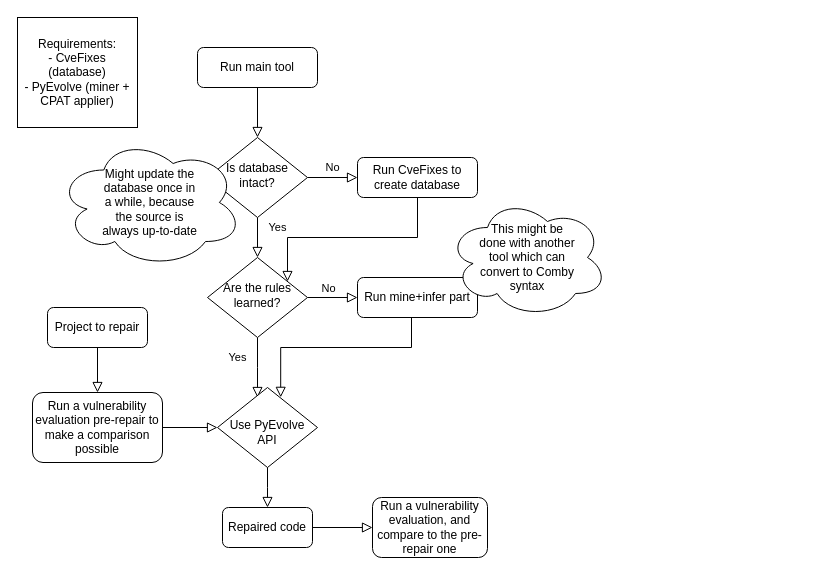
Above: docs/workflow.drawio in galj03/VulPyEvolve (draw.io), before the change. Source tidied: cells renumbered, new cells numbered last; positions are measured from the earlier drawing's top-left corner, leaving out a move shared by most shapes. Both pictures are drawn from the tidied source at 100%, with x=0, y=0 at pixel (17, 17).
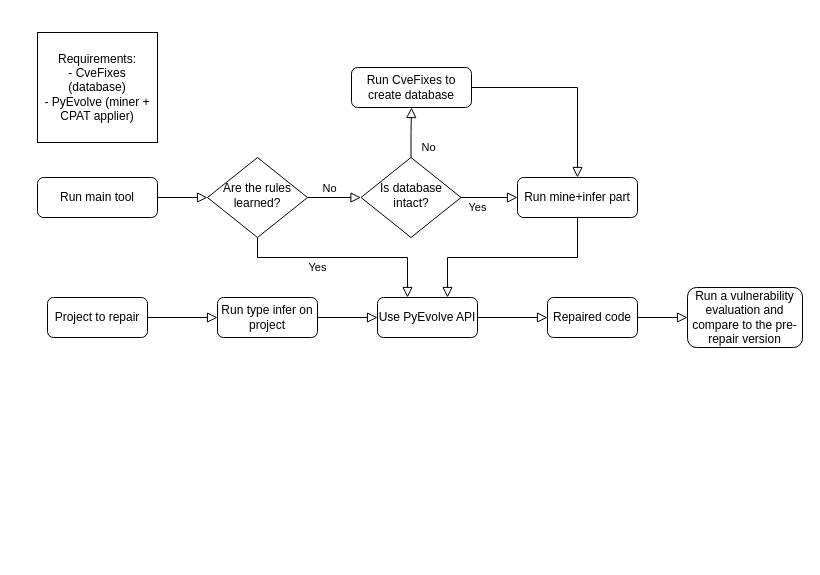
The same page after the edit.

What changed in the source:
```diff
@@
-    <mxCell id="2" style="rounded=0;html=1;jettySize=auto;fontSize=11;endArrow=block;endFill=0;endSize=8;strokeWidth=1;shadow=0;labelBackgroundColor=none;edgeStyle=orthogonalEdgeStyle;" parent="1" edge="1" source="3" target="6">
+    <mxCell id="2" style="rounded=0;html=1;jettySize=auto;fontSize=11;endArrow=block;endFill=0;endSize=8;strokeWidth=1;shadow=0;labelBackgroundColor=none;edgeStyle=orthogonalEdgeStyle;" parent="1" edge="1" source="3" target="11">
       <mxGeometry relative="1" as="geometry" />
     </mxCell>
     <mxCell id="3" value="Run main tool" style="rounded=1;whiteSpace=wrap;html=1;fontSize=12;glass=0;strokeWidth=1;shadow=0;" parent="1" vertex="1">
-      <mxGeometry x="180" y="30" width="120" height="40" as="geometry" />
+      <mxGeometry x="20" y="160" width="120" height="40" as="geometry" />
     </mxCell>
-    <mxCell id="4" value="Yes" style="rounded=0;html=1;jettySize=auto;fontSize=11;endArrow=block;endFill=0;endSize=8;strokeWidth=1;shadow=0;labelBackgroundColor=none;edgeStyle=orthogonalEdgeStyle;" parent="1" edge="1" source="6" target="11">
-      <mxGeometry x="-0.5" y="20" relative="1" as="geometry" />
-    </mxCell>
     <mxCell id="5" value="No" style="edgeStyle=orthogonalEdgeStyle;rounded=0;html=1;jettySize=auto;fontSize=11;endArrow=block;endFill=0;endSize=8;strokeWidth=1;shadow=0;labelBackgroundColor=none;" parent="1" edge="1" source="6" target="7">
-      <mxGeometry y="10" relative="1" as="geometry" />
+      <mxGeometry x="-0.6" y="-16" relative="1" as="geometry">
+        <mxPoint x="1" as="offset" />
+      </mxGeometry>
     </mxCell>
     <mxCell id="6" value="Is database intact?" style="rhombus;whiteSpace=wrap;html=1;shadow=0;fontFamily=Helvetica;fontSize=12;align=center;strokeWidth=1;spacing=6;spacingTop=-4;" parent="1" vertex="1">
-      <mxGeometry x="190" y="120" width="100" height="80" as="geometry" />
+      <mxGeometry x="343.5" y="140" width="100" height="80" as="geometry" />
     </mxCell>
     <mxCell id="7" value="Run CveFixes to create database" style="rounded=1;whiteSpace=wrap;html=1;fontSize=12;glass=0;strokeWidth=1;shadow=0;" parent="1" vertex="1">
-      <mxGeometry x="340" y="140" width="120" height="40" as="geometry" />
+      <mxGeometry x="334" y="50" width="120" height="40" as="geometry" />
     </mxCell>
-    <mxCell id="8" value="Yes" style="rounded=0;html=1;jettySize=auto;fontSize=11;endArrow=block;endFill=0;endSize=8;strokeWidth=1;shadow=0;labelBackgroundColor=none;edgeStyle=orthogonalEdgeStyle;" parent="1" edge="1" source="11">
-      <mxGeometry x="-0.34" y="-20" relative="1" as="geometry">
-        <mxPoint x="240" y="380" as="targetPoint" />
+    <mxCell id="8" value="Yes" style="rounded=0;html=1;jettySize=auto;fontSize=11;endArrow=block;endFill=0;endSize=8;strokeWidth=1;shadow=0;labelBackgroundColor=none;edgeStyle=orthogonalEdgeStyle;" parent="1" edge="1" source="11" target="16">
+      <mxGeometry x="-0.24" y="-10" relative="1" as="geometry">
+        <Array as="points">
+          <mxPoint x="240" y="240" />
+          <mxPoint x="390" y="240" />
+        </Array>
       </mxGeometry>
     </mxCell>
-    <mxCell id="9" style="edgeStyle=orthogonalEdgeStyle;rounded=0;html=1;jettySize=auto;fontSize=11;endArrow=block;endFill=0;endSize=8;strokeWidth=1;shadow=0;labelBackgroundColor=none;" parent="1" edge="1" source="11" target="12">
+    <mxCell id="9" style="edgeStyle=orthogonalEdgeStyle;rounded=0;html=1;jettySize=auto;fontSize=11;endArrow=block;endFill=0;endSize=8;strokeWidth=1;shadow=0;labelBackgroundColor=none;" parent="1" edge="1" source="11" target="6">
       <mxGeometry x="0.2" y="-30" relative="1" as="geometry" />
     </mxCell>
@@
     <mxCell id="11" value="Are the rules learned?" style="rhombus;whiteSpace=wrap;html=1;shadow=0;fontFamily=Helvetica;fontSize=12;align=center;strokeWidth=1;spacing=6;spacingTop=-4;" parent="1" vertex="1">
-      <mxGeometry x="190" y="240" width="100" height="80" as="geometry" />
+      <mxGeometry x="190" y="140" width="100" height="80" as="geometry" />
     </mxCell>
     <mxCell id="12" value="Run mine+infer part" style="rounded=1;whiteSpace=wrap;html=1;fontSize=12;glass=0;strokeWidth=1;shadow=0;" parent="1" vertex="1">
-      <mxGeometry x="340" y="260" width="120" height="40" as="geometry" />
+      <mxGeometry x="500" y="160" width="120" height="40" as="geometry" />
     </mxCell>
     <mxCell id="13" value="Requirements:&lt;br&gt;- CveFixes (database)&lt;br&gt;- PyEvolve (miner + CPAT applier)" style="rounded=0;whiteSpace=wrap;html=1;" parent="1" vertex="1">
-      <mxGeometry width="120" height="110" as="geometry" />
+      <mxGeometry x="20" y="15" width="120" height="110" as="geometry" />
     </mxCell>
-    <mxCell id="14" style="rounded=0;html=1;jettySize=auto;fontSize=11;endArrow=block;endFill=0;endSize=8;strokeWidth=1;shadow=0;labelBackgroundColor=none;edgeStyle=orthogonalEdgeStyle;" parent="1" edge="1" source="7" target="11">
+    <mxCell id="14" style="rounded=0;html=1;jettySize=auto;fontSize=11;endArrow=block;endFill=0;endSize=8;strokeWidth=1;shadow=0;labelBackgroundColor=none;edgeStyle=orthogonalEdgeStyle;" parent="1" edge="1" source="7" target="12">
       <mxGeometry y="20" relative="1" as="geometry">
         <Array as="points">
-          <mxPoint x="400" y="220" />
-          <mxPoint x="270" y="220" />
+          <mxPoint x="560" y="70" />
         </Array>
       </mxGeometry>
     </mxCell>
-    <mxCell id="15" style="rounded=0;html=1;jettySize=auto;fontSize=11;endArrow=block;endFill=0;endSize=8;strokeWidth=1;shadow=0;labelBackgroundColor=none;edgeStyle=orthogonalEdgeStyle;entryX=0.632;entryY=0.123;entryDx=0;entryDy=0;entryPerimeter=0;" parent="1" edge="1" source="12" target="16">
+    <mxCell id="15" style="rounded=0;html=1;jettySize=auto;fontSize=11;endArrow=block;endFill=0;endSize=8;strokeWidth=1;shadow=0;labelBackgroundColor=none;edgeStyle=orthogonalEdgeStyle;" parent="1" edge="1" source="12" target="16">
       <mxGeometry y="20" relative="1" as="geometry">
         <Array as="points">
-          <mxPoint x="394" y="330" />
-          <mxPoint x="263" y="330" />
+          <mxPoint x="560" y="240" />
+          <mxPoint x="430" y="240" />
         </Array>
       </mxGeometry>
     </mxCell>
-    <mxCell id="16" value="&lt;br&gt;Use PyEvolve API" style="rhombus;whiteSpace=wrap;html=1;shadow=0;fontFamily=Helvetica;fontSize=12;align=center;strokeWidth=1;spacing=6;spacingTop=-4;" parent="1" vertex="1">
-      <mxGeometry x="200" y="370" width="100" height="80" as="geometry" />
-    </mxCell>
-    <mxCell id="17" value="This might be&lt;br&gt;done with another&lt;br&gt;tool which can&lt;br&gt;convert to Comby&lt;br&gt;syntax" style="ellipse;shape=cloud;whiteSpace=wrap;html=1;" parent="1" vertex="1">
-      <mxGeometry x="430" y="180" width="160" height="120" as="geometry" />
-    </mxCell>
-    <mxCell id="18" value="Project to repair" style="rounded=1;whiteSpace=wrap;html=1;" parent="1" vertex="1">
-      <mxGeometry x="30" y="290" width="100" height="40" as="geometry" />
+    <mxCell id="18" value="Run type infer on project" style="rounded=1;whiteSpace=wrap;html=1;" parent="1" vertex="1">
+      <mxGeometry x="200" y="280" width="100" height="40" as="geometry" />
     </mxCell>
-    <mxCell id="19" style="rounded=0;html=1;jettySize=auto;fontSize=11;endArrow=block;endFill=0;endSize=8;strokeWidth=1;shadow=0;labelBackgroundColor=none;edgeStyle=orthogonalEdgeStyle;" parent="1" edge="1" source="18" target="20">
-      <mxGeometry relative="1" as="geometry" />
-    </mxCell>
-    <mxCell id="20" value="Run a vulnerability evaluation pre-repair to make a comparison possible" style="rounded=1;whiteSpace=wrap;html=1;" parent="1" vertex="1">
-      <mxGeometry x="15" y="375" width="130" height="70" as="geometry" />
-    </mxCell>
-    <mxCell id="21" style="rounded=0;html=1;jettySize=auto;fontSize=11;endArrow=block;endFill=0;endSize=8;strokeWidth=1;shadow=0;labelBackgroundColor=none;edgeStyle=orthogonalEdgeStyle;entryX=0;entryY=0.5;entryDx=0;entryDy=0;" parent="1" edge="1" source="20" target="16">
+    <mxCell id="21" style="rounded=0;html=1;jettySize=auto;fontSize=11;endArrow=block;endFill=0;endSize=8;strokeWidth=1;shadow=0;labelBackgroundColor=none;edgeStyle=orthogonalEdgeStyle;" parent="1" edge="1" source="18" target="16">
       <mxGeometry relative="1" as="geometry" />
     </mxCell>
-    <mxCell id="22" style="rounded=0;html=1;jettySize=auto;fontSize=11;endArrow=block;endFill=0;endSize=8;strokeWidth=1;shadow=0;labelBackgroundColor=none;edgeStyle=orthogonalEdgeStyle;" parent="1" edge="1" source="16">
-      <mxGeometry relative="1" as="geometry">
-        <mxPoint x="250" y="490" as="targetPoint" />
-      </mxGeometry>
+    <mxCell id="22" style="rounded=0;html=1;jettySize=auto;fontSize=11;endArrow=block;endFill=0;endSize=8;strokeWidth=1;shadow=0;labelBackgroundColor=none;edgeStyle=orthogonalEdgeStyle;" parent="1" edge="1" source="16" target="23">
+      <mxGeometry relative="1" as="geometry" />
     </mxCell>
     <mxCell id="23" value="Repaired code" style="rounded=1;whiteSpace=wrap;html=1;" parent="1" vertex="1">
-      <mxGeometry x="205" y="490" width="90" height="40" as="geometry" />
+      <mxGeometry x="530" y="280" width="90" height="40" as="geometry" />
     </mxCell>
@@
-    <mxCell id="25" value="Run a vulnerability evaluation, and compare to the pre-repair one" style="rounded=1;whiteSpace=wrap;html=1;" parent="1" vertex="1">
-      <mxGeometry x="355" y="480" width="115" height="60" as="geometry" />
+    <mxCell id="25" value="Run a vulnerability evaluation and compare to the pre-repair version" style="rounded=1;whiteSpace=wrap;html=1;" parent="1" vertex="1">
+      <mxGeometry x="670" y="270" width="115" height="60" as="geometry" />
     </mxCell>
-    <mxCell id="26" value="Might update the&lt;br&gt;database once in&lt;br&gt;a while, because&lt;br&gt;the source is&lt;br&gt;always up-to-date" style="ellipse;shape=cloud;whiteSpace=wrap;html=1;" parent="1" vertex="1">
-      <mxGeometry x="40" y="120" width="185" height="130" as="geometry" />
-    </mxCell>
+    <mxCell id="27" value="Project to repair" style="rounded=1;whiteSpace=wrap;html=1;" parent="1" vertex="1">
+      <mxGeometry x="30" y="280" width="100" height="40" as="geometry" />
+    </mxCell>
+    <mxCell id="28" style="rounded=0;html=1;jettySize=auto;fontSize=11;endArrow=block;endFill=0;endSize=8;strokeWidth=1;shadow=0;labelBackgroundColor=none;edgeStyle=orthogonalEdgeStyle;" parent="1" edge="1" source="27" target="18">
+      <mxGeometry relative="1" as="geometry" />
+    </mxCell>
+    <mxCell id="16" value="Use PyEvolve API" style="rounded=1;whiteSpace=wrap;html=1;" parent="1" vertex="1">
+      <mxGeometry x="360" y="280" width="100" height="40" as="geometry" />
+    </mxCell>
+    <mxCell id="4" value="Yes" style="rounded=0;html=1;jettySize=auto;fontSize=11;endArrow=block;endFill=0;endSize=8;strokeWidth=1;shadow=0;labelBackgroundColor=none;edgeStyle=orthogonalEdgeStyle;" parent="1" edge="1" source="6" target="12">
+      <mxGeometry x="-0.42" y="-10" relative="1" as="geometry">
+        <Array as="points">
+          <mxPoint x="350" y="180" />
+          <mxPoint x="350" y="180" />
+        </Array>
+      </mxGeometry>
+    </mxCell>
```
